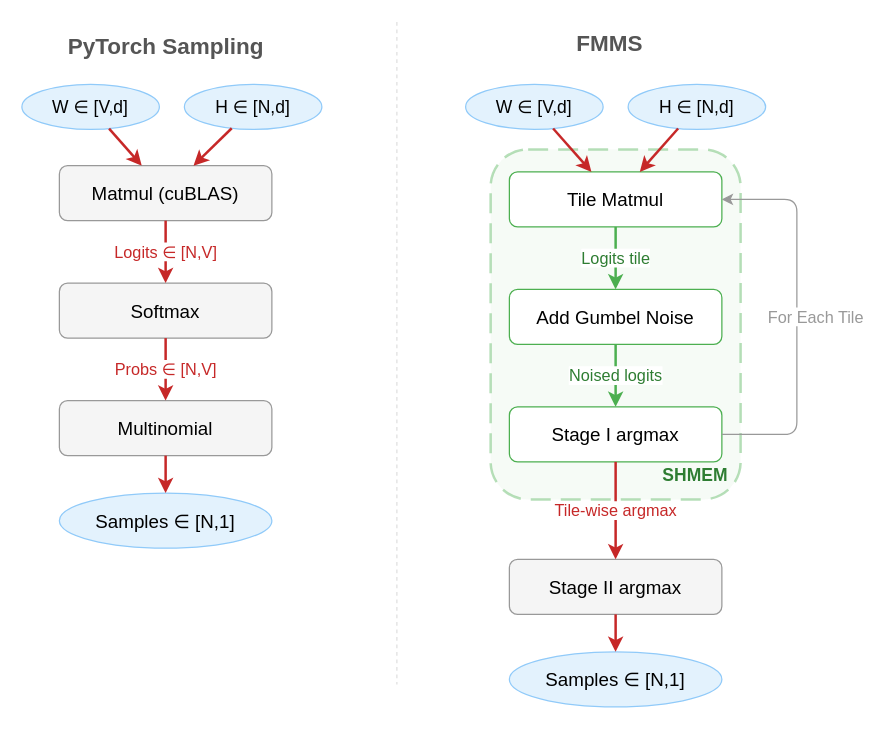
Earlier version of the draw.io diagram imgs/baseline-vs-fmms-diagram.drawio (tomasruizt/fmms-kernel). Source tidied: cells renumbered, new cells numbered last; positions are measured from the earlier drawing's top-left corner, leaving out a move shared by most shapes. Both pictures are drawn from the tidied source at 125%, with x=0, y=0 at pixel (21, 21).
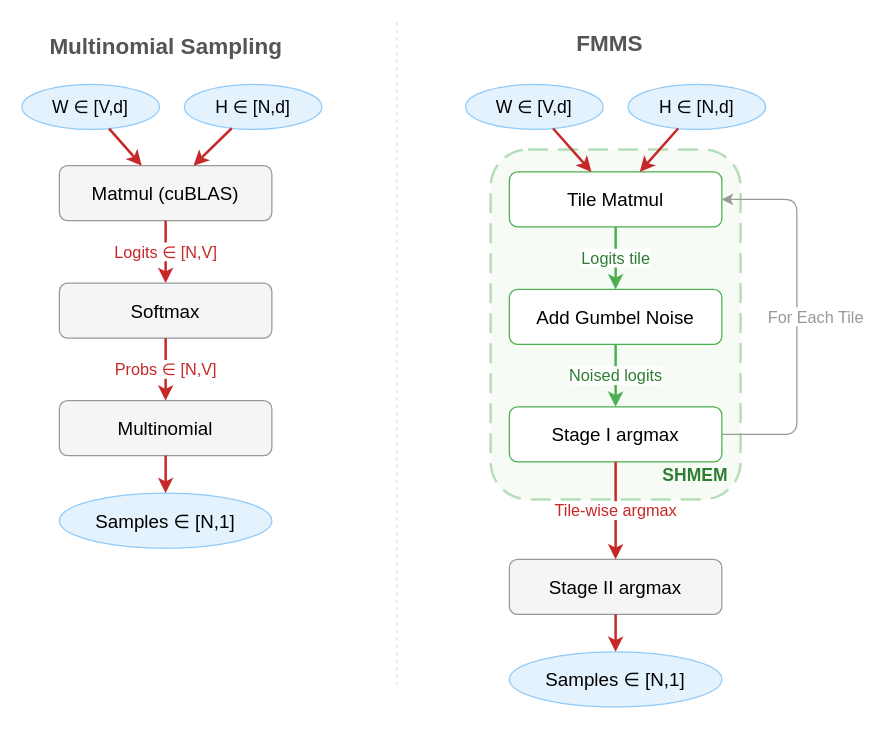
Above is the later version.

Commit message (it also covers changes not shown here):
Change baseline name "PyTorch Sampling" -> Multinomial Sampling

Diff of the diagram source:
```diff
@@
-    <mxCell id="3" value="&lt;b&gt;PyTorch Sampling&lt;/b&gt;" style="text;html=1;align=center;verticalAlign=middle;fontSize=18;fontColor=#555555;" parent="1" vertex="1">
+    <mxCell id="3" value="&lt;b&gt;Multinomial Sampling&lt;/b&gt;" style="text;html=1;align=center;verticalAlign=middle;fontSize=18;fontColor=#555555;" parent="1" vertex="1">
       <mxGeometry x="15" width="200" height="40" as="geometry" />
     </mxCell>
```
